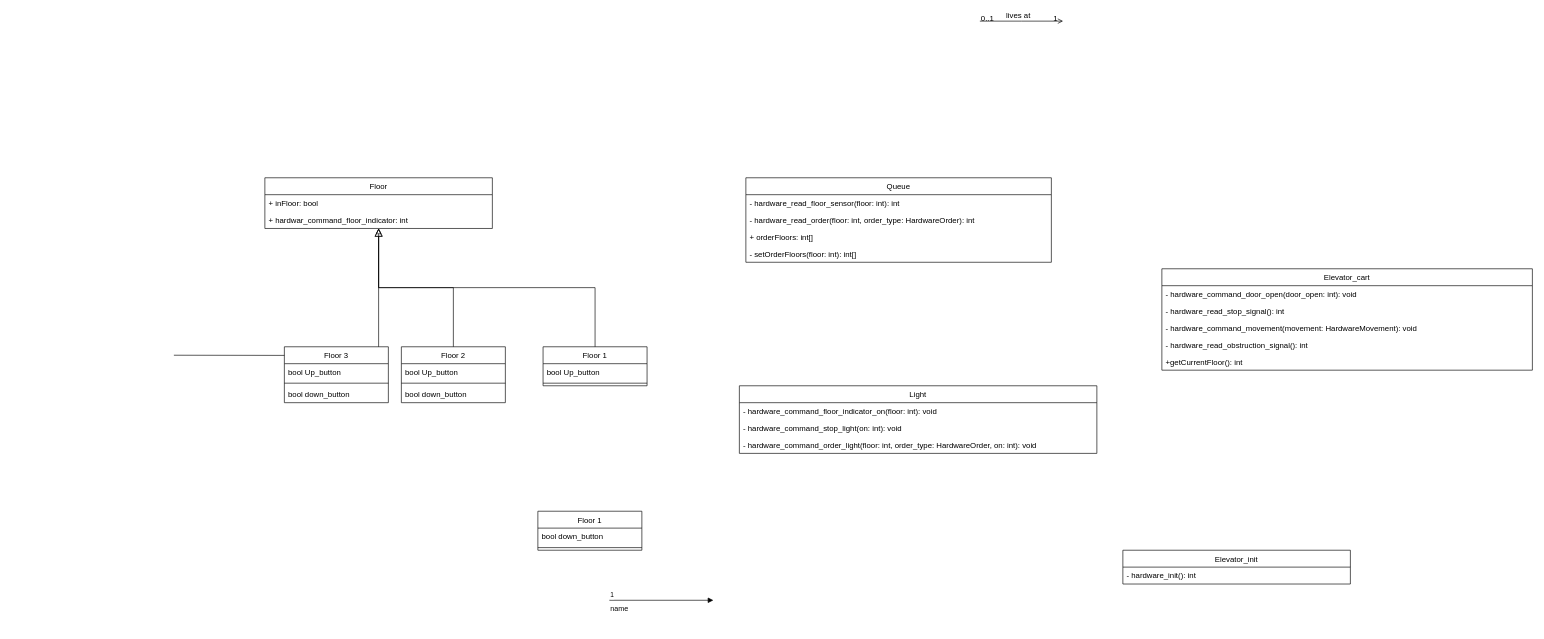
Earlier version of the draw.io diagram Untitled Diagram.drawio (aurorami1211/heilab). Source tidied: cells renumbered, new cells numbered last; positions are measured from the earlier drawing's top-left corner, leaving out a move shared by most shapes. Both pictures are drawn from the tidied source at 65%, with x=0, y=0 at pixel (174, 21).
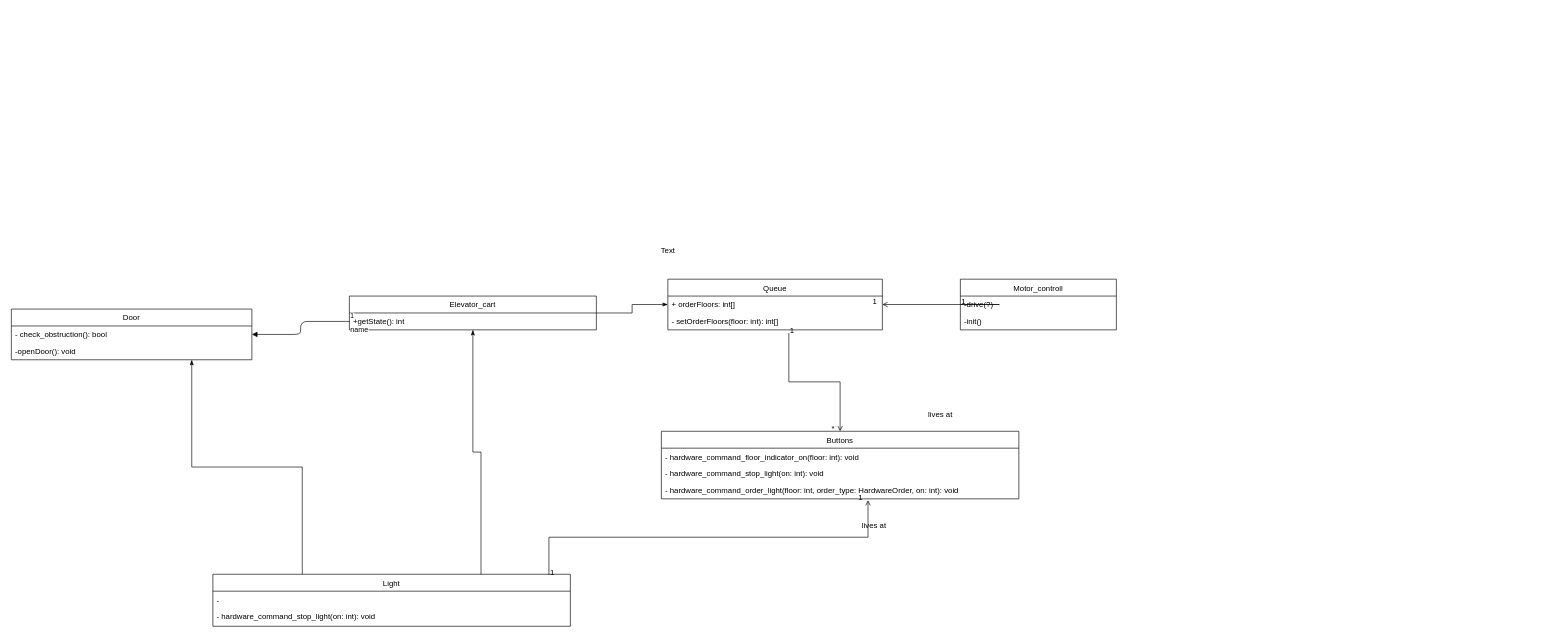
After the change.

Diff of the diagram source:
```diff
@@
-    <mxCell id="2" value="Floor 1" style="swimlane;fontStyle=0;align=center;verticalAlign=top;horizontal=1;startSize=26;rounded=0;shadow=0;strokeWidth=1;" parent="1" vertex="1">
-      <mxGeometry x="568" y="501" width="160" height="60" as="geometry" />
-    </mxCell>
-    <mxCell id="3" value="bool Up_button" style="text;align=left;verticalAlign=top;spacingLeft=4;spacingRight=4;overflow=hidden;" parent="2" vertex="1">
-      <mxGeometry y="26" width="160" height="26" as="geometry" />
-    </mxCell>
-    <mxCell id="4" style="line;html=1;strokeWidth=1;align=left;verticalAlign=middle;spacingTop=-1;spacingLeft=3;spacingRight=3;labelPosition=right;" parent="2" vertex="1">
-      <mxGeometry y="52" width="160" height="8" as="geometry" />
-    </mxCell>
-    <mxCell id="5" style="endArrow=block;endSize=10;endFill=0;shadow=0;strokeWidth=1;rounded=0;edgeStyle=elbowEdgeStyle;elbow=vertical;" parent="1" edge="1" source="2" target="15">
-      <mxGeometry relative="1" as="geometry" />
-    </mxCell>
-    <mxCell id="6" value="Floor 2" style="swimlane;fontStyle=0;align=center;verticalAlign=top;horizontal=1;startSize=26;rounded=0;shadow=0;strokeWidth=1;" parent="1" vertex="1">
-      <mxGeometry x="350" y="501" width="160" height="86" as="geometry" />
-    </mxCell>
-    <mxCell id="7" value="bool Up_button" style="text;align=left;verticalAlign=top;spacingLeft=4;spacingRight=4;overflow=hidden;" parent="6" vertex="1">
-      <mxGeometry y="26" width="160" height="26" as="geometry" />
-    </mxCell>
-    <mxCell id="8" style="line;html=1;strokeWidth=1;align=left;verticalAlign=middle;spacingTop=-1;spacingLeft=3;spacingRight=3;labelPosition=right;" parent="6" vertex="1">
-      <mxGeometry y="52" width="160" height="8" as="geometry" />
-    </mxCell>
-    <mxCell id="9" value="bool down_button" style="text;align=left;verticalAlign=top;spacingLeft=4;spacingRight=4;overflow=hidden;" parent="6" vertex="1">
-      <mxGeometry y="60" width="160" height="26" as="geometry" />
-    </mxCell>
-    <mxCell id="10" style="endArrow=block;endSize=10;endFill=0;shadow=0;strokeWidth=1;rounded=0;edgeStyle=elbowEdgeStyle;elbow=vertical;" parent="1" edge="1" source="6" target="15">
-      <mxGeometry relative="1" as="geometry" />
-    </mxCell>
-    <mxCell id="11" style="endArrow=open;shadow=0;strokeWidth=1;strokeColor=#000000;rounded=0;endFill=1;edgeStyle=elbowEdgeStyle;elbow=vertical;" parent="1" edge="1">
+    <mxCell id="11" style="endArrow=open;shadow=0;strokeWidth=1;strokeColor=#000000;rounded=0;endFill=1;edgeStyle=elbowEdgeStyle;elbow=vertical;entryX=0.5;entryY=0;entryDx=0;entryDy=0;exitX=0.564;exitY=1.192;exitDx=0;exitDy=0;exitPerimeter=0;" parent="1" edge="1" source="36" target="52">
       <mxGeometry x="0.5" y="41" relative="1" as="geometry">
-        <mxPoint x="1240" as="sourcePoint" />
-        <mxPoint x="1368" as="targetPoint" />
         <mxPoint x="-40" y="32" as="offset" />
       </mxGeometry>
     </mxCell>
-    <mxCell id="12" value="0..1" style="align=left;verticalAlign=bottom;labelBackgroundColor=none;fontSize=12;" parent="11" vertex="1">
+    <mxCell id="12" value="1" style="align=left;verticalAlign=bottom;labelBackgroundColor=none;fontSize=12;" parent="11" vertex="1">
       <mxGeometry x="-1" relative="1" as="geometry">
         <mxPoint y="4" as="offset" />
       </mxGeometry>
     </mxCell>
-    <mxCell id="13" value="1" style="align=right;verticalAlign=bottom;labelBackgroundColor=none;fontSize=12;" parent="11" vertex="1">
+    <mxCell id="13" value="*" style="align=right;verticalAlign=bottom;labelBackgroundColor=none;fontSize=12;" parent="11" vertex="1">
       <mxGeometry x="1" relative="1" as="geometry">
         <mxPoint x="-7" y="4" as="offset" />
       </mxGeometry>
     </mxCell>
     <mxCell id="14" value="lives at" style="text;html=1;align=center;verticalAlign=middle;labelBackgroundColor=none;rounded=0;shadow=0;strokeWidth=1;fontSize=12;" parent="11" vertex="1">
       <mxGeometry x="0.5" y="49" relative="1" as="geometry">
-        <mxPoint x="-38" y="40" as="offset" />
+        <mxPoint x="104" y="31" as="offset" />
       </mxGeometry>
     </mxCell>
-    <mxCell id="15" value="Floor" style="swimlane;fontStyle=0;horizontal=1;startSize=26;fillColor=none;" parent="1" vertex="1">
-      <mxGeometry x="140" y="241" width="350" height="78" as="geometry" />
-    </mxCell>
-    <mxCell id="16" value="+ inFloor: bool" style="text;strokeColor=none;fillColor=none;align=left;verticalAlign=top;spacingLeft=4;spacingRight=4;overflow=hidden;" parent="15" vertex="1">
-      <mxGeometry y="26" width="350" height="26" as="geometry" />
-    </mxCell>
-    <mxCell id="17" value="+ hardwar_command_floor_indicator: int" style="text;strokeColor=none;fillColor=none;align=left;verticalAlign=top;spacingLeft=4;spacingRight=4;overflow=hidden;" parent="15" vertex="1">
-      <mxGeometry y="52" width="350" height="26" as="geometry" />
-    </mxCell>
+    <mxCell id="45" style="edgeStyle=orthogonalEdgeStyle;rounded=0;jettySize=auto;html=1;exitX=1;exitY=0.5;exitDx=0;exitDy=0;entryX=0;entryY=0.5;entryDx=0;entryDy=0;endArrow=classicThin;endFill=1;" parent="1" edge="1" source="18" target="35">
+      <mxGeometry relative="1" as="geometry" />
+    </mxCell>
     <mxCell id="18" value="Elevator_cart" style="swimlane;fontStyle=0;horizontal=1;startSize=26;fillColor=none;" parent="1" vertex="1">
-      <mxGeometry x="1520" y="381" width="570" height="156" as="geometry" />
+      <mxGeometry x="270" y="423" width="380" height="52" as="geometry" />
     </mxCell>
-    <mxCell id="19" value="- hardware_command_door_open(door_open: int): void" style="text;strokeColor=none;fillColor=none;align=left;verticalAlign=top;spacingLeft=4;spacingRight=4;overflow=hidden;" parent="18" vertex="1">
-      <mxGeometry y="26" width="570" height="26" as="geometry" />
-    </mxCell>
-    <mxCell id="20" value="- hardware_read_stop_signal(): int" style="text;strokeColor=none;fillColor=none;align=left;verticalAlign=top;spacingLeft=4;spacingRight=4;overflow=hidden;" parent="18" vertex="1">
-      <mxGeometry y="52" width="570" height="26" as="geometry" />
-    </mxCell>
-    <mxCell id="21" value="- hardware_command_movement(movement: HardwareMovement): void" style="text;strokeColor=none;fillColor=none;align=left;verticalAlign=top;spacingLeft=4;spacingRight=4;overflow=hidden;" parent="18" vertex="1">
-      <mxGeometry y="78" width="570" height="26" as="geometry" />
-    </mxCell>
-    <mxCell id="22" value="- hardware_read_obstruction_signal(): int " style="text;strokeColor=none;fillColor=none;align=left;verticalAlign=top;spacingLeft=4;spacingRight=4;overflow=hidden;" parent="18" vertex="1">
-      <mxGeometry y="104" width="570" height="26" as="geometry" />
-    </mxCell>
-    <mxCell id="23" value="+getCurrentFloor(): int" style="text;strokeColor=none;fillColor=none;align=left;verticalAlign=top;spacingLeft=4;spacingRight=4;overflow=hidden;points=[[0,0.5],[1,0.5]];portConstraint=eastwest;" parent="18" vertex="1">
-      <mxGeometry y="130" width="570" height="26" as="geometry" />
+    <mxCell id="23" value="+getState(): int" style="text;strokeColor=none;fillColor=none;align=left;verticalAlign=top;spacingLeft=4;spacingRight=4;overflow=hidden;points=[[0,0.5],[1,0.5]];portConstraint=eastwest;" parent="18" vertex="1">
+      <mxGeometry y="26" width="380" height="26" as="geometry" />
     </mxCell>
-    <mxCell id="24" style="edgeStyle=orthogonalEdgeStyle;rounded=0;jettySize=auto;html=1;exitX=0.5;exitY=0;exitDx=0;exitDy=0;entryX=0.5;entryY=1;entryDx=0;entryDy=0;endArrow=block;endFill=0;" parent="1" edge="1" target="15">
-      <mxGeometry relative="1" as="geometry">
-        <mxPoint y="514" as="sourcePoint" />
-      </mxGeometry>
-    </mxCell>
-    <mxCell id="25" value="Floor 3" style="swimlane;fontStyle=0;align=center;verticalAlign=top;horizontal=1;startSize=26;rounded=0;shadow=0;strokeWidth=1;" parent="1" vertex="1">
-      <mxGeometry x="170" y="501" width="160" height="86" as="geometry" />
-    </mxCell>
-    <mxCell id="26" value="bool Up_button" style="text;align=left;verticalAlign=top;spacingLeft=4;spacingRight=4;overflow=hidden;" parent="25" vertex="1">
-      <mxGeometry y="26" width="160" height="26" as="geometry" />
-    </mxCell>
-    <mxCell id="27" style="line;html=1;strokeWidth=1;align=left;verticalAlign=middle;spacingTop=-1;spacingLeft=3;spacingRight=3;labelPosition=right;" parent="25" vertex="1">
-      <mxGeometry y="52" width="160" height="8" as="geometry" />
-    </mxCell>
-    <mxCell id="28" value="bool down_button" style="text;align=left;verticalAlign=top;spacingLeft=4;spacingRight=4;overflow=hidden;" parent="25" vertex="1">
-      <mxGeometry y="60" width="160" height="26" as="geometry" />
-    </mxCell>
-    <mxCell id="29" value="Floor 1" style="swimlane;fontStyle=0;align=center;verticalAlign=top;horizontal=1;startSize=26;rounded=0;shadow=0;strokeWidth=1;" parent="1" vertex="1">
-      <mxGeometry x="560" y="754" width="160" height="60" as="geometry" />
-    </mxCell>
-    <mxCell id="30" value="bool down_button" style="text;align=left;verticalAlign=top;spacingLeft=4;spacingRight=4;overflow=hidden;" parent="29" vertex="1">
-      <mxGeometry y="26" width="160" height="26" as="geometry" />
-    </mxCell>
-    <mxCell id="31" style="line;html=1;strokeWidth=1;align=left;verticalAlign=middle;spacingTop=-1;spacingLeft=3;spacingRight=3;labelPosition=right;" parent="29" vertex="1">
-      <mxGeometry y="52" width="160" height="8" as="geometry" />
-    </mxCell>
     <mxCell id="32" value="Queue" style="swimlane;fontStyle=0;horizontal=1;startSize=26;fillColor=none;" parent="1" vertex="1">
-      <mxGeometry x="880" y="241" width="470" height="130" as="geometry" />
+      <mxGeometry x="760" y="397" width="330" height="78" as="geometry" />
     </mxCell>
-    <mxCell id="33" value="- hardware_read_floor_sensor(floor: int): int" style="text;strokeColor=none;fillColor=none;align=left;verticalAlign=top;spacingLeft=4;spacingRight=4;overflow=hidden;" parent="32" vertex="1">
-      <mxGeometry y="26" width="470" height="26" as="geometry" />
-    </mxCell>
-    <mxCell id="34" value="- hardware_read_order(floor: int, order_type: HardwareOrder): int" style="text;strokeColor=none;fillColor=none;align=left;verticalAlign=top;spacingLeft=4;spacingRight=4;overflow=hidden;" parent="32" vertex="1">
-      <mxGeometry y="52" width="470" height="26" as="geometry" />
-    </mxCell>
     <mxCell id="35" value="+ orderFloors: int[]" style="text;strokeColor=none;fillColor=none;align=left;verticalAlign=top;spacingLeft=4;spacingRight=4;overflow=hidden;points=[[0,0.5],[1,0.5]];portConstraint=eastwest;" parent="32" vertex="1">
-      <mxGeometry y="78" width="470" height="26" as="geometry" />
+      <mxGeometry y="26" width="330" height="26" as="geometry" />
     </mxCell>
     <mxCell id="36" value="- setOrderFloors(floor: int): int[]" style="text;strokeColor=none;fillColor=none;align=left;verticalAlign=top;spacingLeft=4;spacingRight=4;overflow=hidden;points=[[0,0.5],[1,0.5]];portConstraint=eastwest;" parent="32" vertex="1">
-      <mxGeometry y="104" width="470" height="26" as="geometry" />
+      <mxGeometry y="52" width="330" height="26" as="geometry" />
     </mxCell>
+    <mxCell id="46" style="edgeStyle=orthogonalEdgeStyle;rounded=0;jettySize=auto;html=1;exitX=0.75;exitY=0;exitDx=0;exitDy=0;entryX=0.5;entryY=1;entryDx=0;entryDy=0;endArrow=classicThin;endFill=1;" parent="1" edge="1" source="37" target="18">
+      <mxGeometry relative="1" as="geometry" />
+    </mxCell>
+    <mxCell id="47" style="edgeStyle=orthogonalEdgeStyle;rounded=0;jettySize=auto;html=1;exitX=0.25;exitY=0;exitDx=0;exitDy=0;entryX=0.75;entryY=1;entryDx=0;entryDy=0;endArrow=classicThin;endFill=1;" parent="1" edge="1" source="37" target="48">
+      <mxGeometry relative="1" as="geometry" />
+    </mxCell>
     <mxCell id="37" value="Light" style="swimlane;fontStyle=0;horizontal=1;startSize=26;fillColor=none;" parent="1" vertex="1">
-      <mxGeometry x="870" y="561" width="550" height="104" as="geometry" />
+      <mxGeometry x="60" y="851" width="550" height="80" as="geometry" />
     </mxCell>
-    <mxCell id="38" value="- hardware_command_floor_indicator_on(floor: int): void" style="text;strokeColor=none;fillColor=none;align=left;verticalAlign=top;spacingLeft=4;spacingRight=4;overflow=hidden;" parent="37" vertex="1">
+    <mxCell id="38" value="- " style="text;strokeColor=none;fillColor=none;align=left;verticalAlign=top;spacingLeft=4;spacingRight=4;overflow=hidden;" parent="37" vertex="1">
       <mxGeometry y="26" width="550" height="26" as="geometry" />
     </mxCell>
     <mxCell id="39" value="- hardware_command_stop_light(on: int): void" style="text;strokeColor=none;fillColor=none;align=left;verticalAlign=top;spacingLeft=4;spacingRight=4;overflow=hidden;" parent="37" vertex="1">
-      <mxGeometry y="52" width="550" height="26" as="geometry" />
+      <mxGeometry y="52" width="550" height="28" as="geometry" />
     </mxCell>
+    <mxCell id="48" value="Door" style="swimlane;fontStyle=0;horizontal=1;startSize=26;fillColor=none;" parent="1" vertex="1">
+      <mxGeometry x="-250" y="443" width="370" height="78" as="geometry" />
+    </mxCell>
+    <mxCell id="49" value="- check_obstruction(): bool" style="text;strokeColor=none;fillColor=none;align=left;verticalAlign=top;spacingLeft=4;spacingRight=4;overflow=hidden;" parent="48" vertex="1">
+      <mxGeometry y="26" width="370" height="26" as="geometry" />
+    </mxCell>
+    <mxCell id="22" value="-openDoor(): void" style="text;strokeColor=none;fillColor=none;align=left;verticalAlign=top;spacingLeft=4;spacingRight=4;overflow=hidden;" parent="48" vertex="1">
+      <mxGeometry y="52" width="370" height="26" as="geometry" />
+    </mxCell>
+    <mxCell id="50" value="Motor_controll" style="swimlane;fontStyle=0;horizontal=1;startSize=26;fillColor=none;" parent="1" vertex="1">
+      <mxGeometry x="1210" y="397" width="240" height="78" as="geometry" />
+    </mxCell>
+    <mxCell id="51" value="-drive(?)" style="text;strokeColor=none;fillColor=none;align=left;verticalAlign=top;spacingLeft=4;spacingRight=4;overflow=hidden;points=[[0,0.5],[1,0.5]];portConstraint=eastwest;" parent="50" vertex="1">
+      <mxGeometry y="26" width="240" height="26" as="geometry" />
+    </mxCell>
+    <mxCell id="42" value="-init()" style="text;strokeColor=none;fillColor=none;align=left;verticalAlign=top;spacingLeft=4;spacingRight=4;overflow=hidden;" parent="50" vertex="1">
+      <mxGeometry y="52" width="240" height="26" as="geometry" />
+    </mxCell>
+    <mxCell id="52" value="Buttons" style="swimlane;fontStyle=0;horizontal=1;startSize=26;fillColor=none;" parent="1" vertex="1">
+      <mxGeometry x="750" y="631" width="550" height="104" as="geometry" />
+    </mxCell>
+    <mxCell id="53" value="- hardware_command_floor_indicator_on(floor: int): void" style="text;strokeColor=none;fillColor=none;align=left;verticalAlign=top;spacingLeft=4;spacingRight=4;overflow=hidden;" parent="52" vertex="1">
+      <mxGeometry y="26" width="550" height="26" as="geometry" />
+    </mxCell>
+    <mxCell id="54" value="- hardware_command_stop_light(on: int): void" style="text;strokeColor=none;fillColor=none;align=left;verticalAlign=top;spacingLeft=4;spacingRight=4;overflow=hidden;" parent="52" vertex="1">
+      <mxGeometry y="52" width="550" height="26" as="geometry" />
+    </mxCell>
-    <mxCell id="40" value="- hardware_command_order_light(floor: int, order_type: HardwareOrder, on: int): void" style="text;strokeColor=none;fillColor=none;align=left;verticalAlign=top;spacingLeft=4;spacingRight=4;overflow=hidden;points=[[0,0.5],[1,0.5]];portConstraint=eastwest;" parent="37" vertex="1">
+    <mxCell id="40" value="- hardware_command_order_light(floor: int, order_type: HardwareOrder, on: int): void" style="text;strokeColor=none;fillColor=none;align=left;verticalAlign=top;spacingLeft=4;spacingRight=4;overflow=hidden;points=[[0,0.5],[1,0.5]];portConstraint=eastwest;" parent="52" vertex="1">
       <mxGeometry y="78" width="550" height="26" as="geometry" />
     </mxCell>
-    <mxCell id="41" value="Elevator_init" style="swimlane;fontStyle=0;horizontal=1;startSize=26;fillColor=none;" parent="1" vertex="1">
-      <mxGeometry x="1460" y="814" width="350" height="52" as="geometry" />
-    </mxCell>
-    <mxCell id="42" value="- hardware_init(): int" style="text;strokeColor=none;fillColor=none;align=left;verticalAlign=top;spacingLeft=4;spacingRight=4;overflow=hidden;" parent="41" vertex="1">
-      <mxGeometry y="26" width="350" height="26" as="geometry" />
-    </mxCell>
+    <mxCell id="55" style="endArrow=open;shadow=0;strokeWidth=1;strokeColor=#000000;rounded=0;endFill=1;edgeStyle=elbowEdgeStyle;elbow=vertical;entryX=1;entryY=0.5;entryDx=0;entryDy=0;exitX=0;exitY=0.5;exitDx=0;exitDy=0;" parent="1" edge="1" source="51" target="35">
+      <mxGeometry x="0.5" y="41" relative="1" as="geometry">
+        <Array as="points">
+          <mxPoint x="1270" y="436" />
+          <mxPoint x="1320" y="488" />
+        </Array>
+        <mxPoint x="-40" y="32" as="offset" />
+      </mxGeometry>
+    </mxCell>
+    <mxCell id="56" value="1" style="align=left;verticalAlign=bottom;labelBackgroundColor=none;fontSize=12;" parent="55" vertex="1">
+      <mxGeometry x="-1" relative="1" as="geometry">
+        <mxPoint y="4" as="offset" />
+      </mxGeometry>
+    </mxCell>
+    <mxCell id="57" value="1" style="align=right;verticalAlign=bottom;labelBackgroundColor=none;fontSize=12;" parent="55" vertex="1">
+      <mxGeometry x="1" relative="1" as="geometry">
+        <mxPoint x="-7" y="4" as="offset" />
+      </mxGeometry>
+    </mxCell>
+    <mxCell id="58" style="endArrow=open;shadow=0;strokeWidth=1;strokeColor=#000000;rounded=0;endFill=1;edgeStyle=elbowEdgeStyle;elbow=vertical;entryX=0.578;entryY=1.077;entryDx=0;entryDy=0;exitX=0.94;exitY=0.013;exitDx=0;exitDy=0;entryPerimeter=0;exitPerimeter=0;" parent="1" edge="1" source="37" target="40">
+      <mxGeometry x="0.5" y="41" relative="1" as="geometry">
+        <Array as="points">
+          <mxPoint x="350" y="794" />
+          <mxPoint x="480" y="794" />
+        </Array>
+        <mxPoint x="-40" y="32" as="offset" />
+      </mxGeometry>
+    </mxCell>
+    <mxCell id="59" value="1" style="align=left;verticalAlign=bottom;labelBackgroundColor=none;fontSize=12;" parent="58" vertex="1">
+      <mxGeometry x="-1" relative="1" as="geometry">
+        <mxPoint y="4" as="offset" />
+      </mxGeometry>
+    </mxCell>
+    <mxCell id="60" value="1" style="align=right;verticalAlign=bottom;labelBackgroundColor=none;fontSize=12;" parent="58" vertex="1">
+      <mxGeometry x="1" relative="1" as="geometry">
+        <mxPoint x="-7" y="4" as="offset" />
+      </mxGeometry>
+    </mxCell>
+    <mxCell id="61" value="lives at" style="text;html=1;align=center;verticalAlign=middle;labelBackgroundColor=none;rounded=0;shadow=0;strokeWidth=1;fontSize=12;" parent="58" vertex="1">
+      <mxGeometry x="0.5" y="49" relative="1" as="geometry">
+        <mxPoint x="104" y="31" as="offset" />
+      </mxGeometry>
+    </mxCell>
-    <mxCell id="43" value="name" style="endArrow=block;endFill=1;html=1;edgeStyle=orthogonalEdgeStyle;align=left;verticalAlign=top;" parent="1" edge="1">
-      <mxGeometry x="-1" relative="1" as="geometry">
-        <mxPoint x="670" y="891" as="sourcePoint" />
-        <mxPoint x="830" y="891" as="targetPoint" />
-      </mxGeometry>
+    <mxCell id="43" value="name" style="endArrow=block;endFill=1;html=1;edgeStyle=orthogonalEdgeStyle;align=left;verticalAlign=top;exitX=0;exitY=0.5;exitDx=0;exitDy=0;entryX=1;entryY=0.5;entryDx=0;entryDy=0;" parent="1" edge="1" source="23" target="48">
+      <mxGeometry x="-1" relative="1" as="geometry" />
     </mxCell>
@@
+    <mxCell id="62" value="Text" style="text;html=1;align=center;verticalAlign=middle;" parent="1" vertex="1">
+      <mxGeometry x="740" y="343" width="40" height="20" as="geometry" />
+    </mxCell>
```
